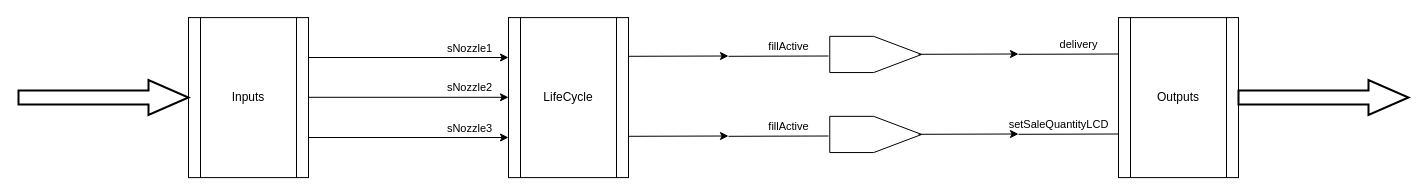
Before: LifeCyclePump.drawio in suzuki-taro-29/FRP-chap4-diagrams, a draw.io diagram. Source tidied: cells renumbered, new cells numbered last; positions are measured from the earlier drawing's top-left corner, leaving out a move shared by most shapes. Both pictures are drawn from the tidied source at 100%, with x=0, y=0 at pixel (18, 8).
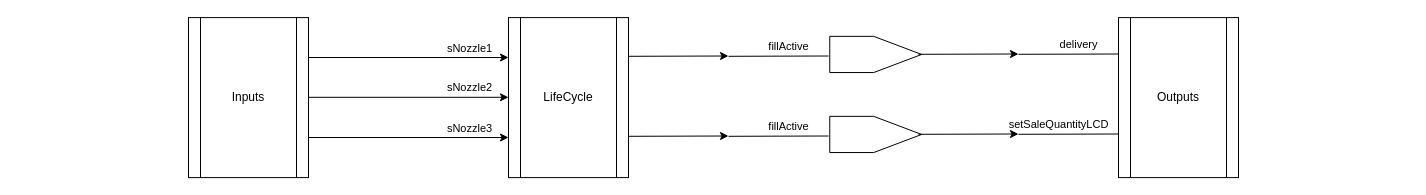
After the change.

Diff of the diagram source:
```diff
@@
-    <mxCell id="25" style="verticalLabelPosition=bottom;verticalAlign=top;html=1;strokeWidth=2;shape=mxgraph.arrows2.arrow;dy=0.6;dx=40;notch=0;" parent="1" vertex="1">
-      <mxGeometry y="71.5" width="170" height="35" as="geometry" />
-    </mxCell>
-    <mxCell id="26" style="verticalLabelPosition=bottom;verticalAlign=top;html=1;strokeWidth=2;shape=mxgraph.arrows2.arrow;dy=0.6;dx=40;notch=0;" parent="1" vertex="1">
-      <mxGeometry x="1220" y="71.5" width="170" height="35" as="geometry" />
-    </mxCell>
```
